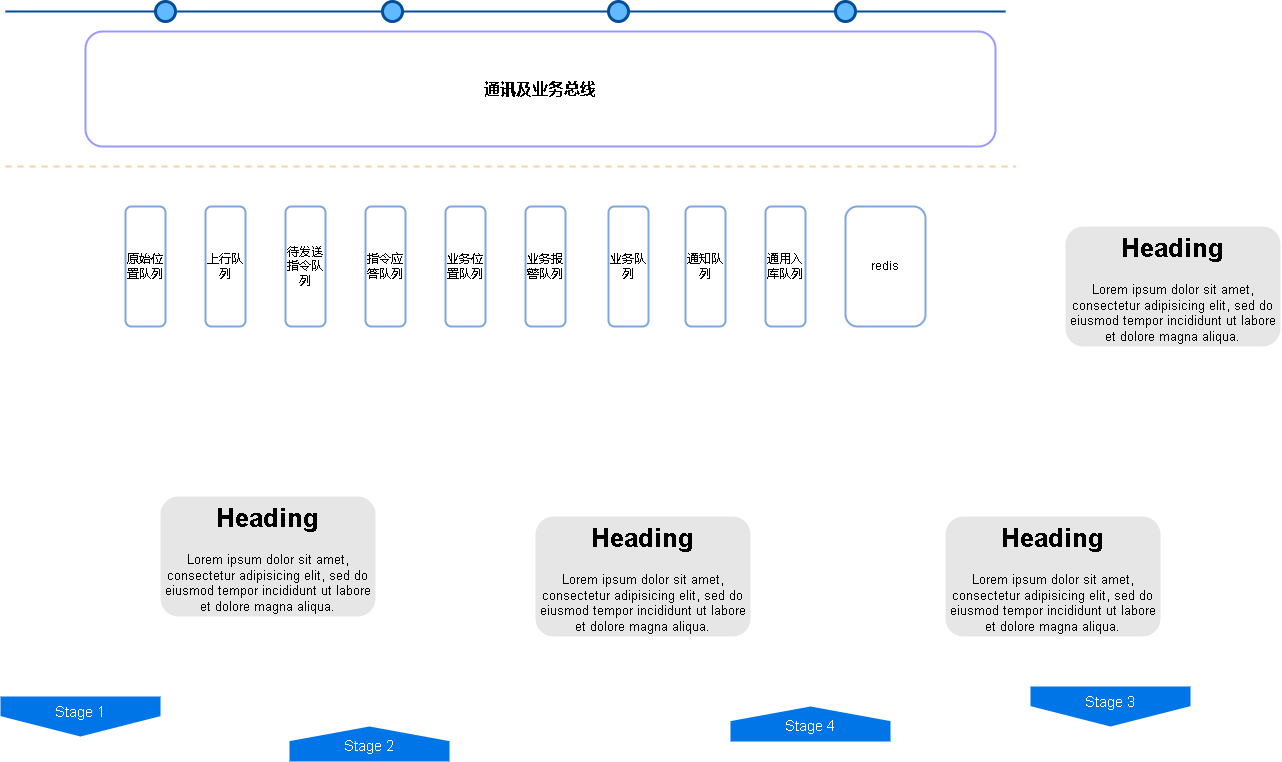
Earlier version of the draw.io export CgoPro业务总线.drawio.png (xktder/draw). Source tidied: cells renumbered, new cells last; positions are measured from the earlier drawing's top-left corner, leaving out a move shared by most shapes.
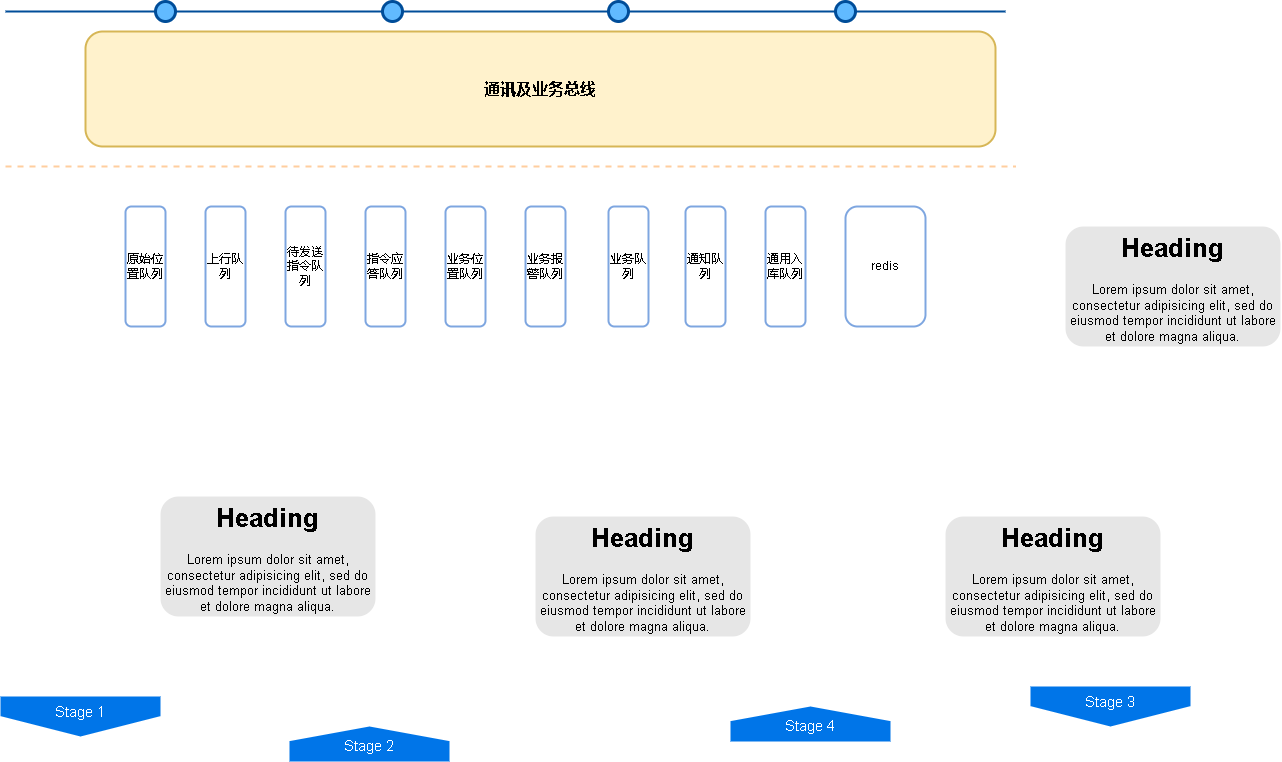
Above is the later version.

Commit message:
更新CgoPro业务总线.drawio.png

The edit, as a diff of the source:
```diff
@@ -77,7 +77,7 @@
         <mxPoint x="1015" y="165" as="targetPoint" />
       </mxGeometry>
     </mxCell>
-    <mxCell id="26" value="&lt;font style=&quot;font-size: 16px;&quot;&gt;&lt;b&gt;通讯及业务总线&lt;/b&gt;&lt;/font&gt;" style="rounded=1;whiteSpace=wrap;html=1;strokeWidth=2;strokeColor=#9999FF;" parent="1" vertex="1">
+    <mxCell id="26" value="&lt;font style=&quot;font-size: 16px;&quot;&gt;&lt;b&gt;通讯及业务总线&lt;/b&gt;&lt;/font&gt;" style="rounded=1;whiteSpace=wrap;html=1;strokeWidth=2;strokeColor=#d6b656;fillColor=#fff2cc;" parent="1" vertex="1">
       <mxGeometry x="85" y="30" width="910" height="115" as="geometry" />
     </mxCell>
   </root>
```
